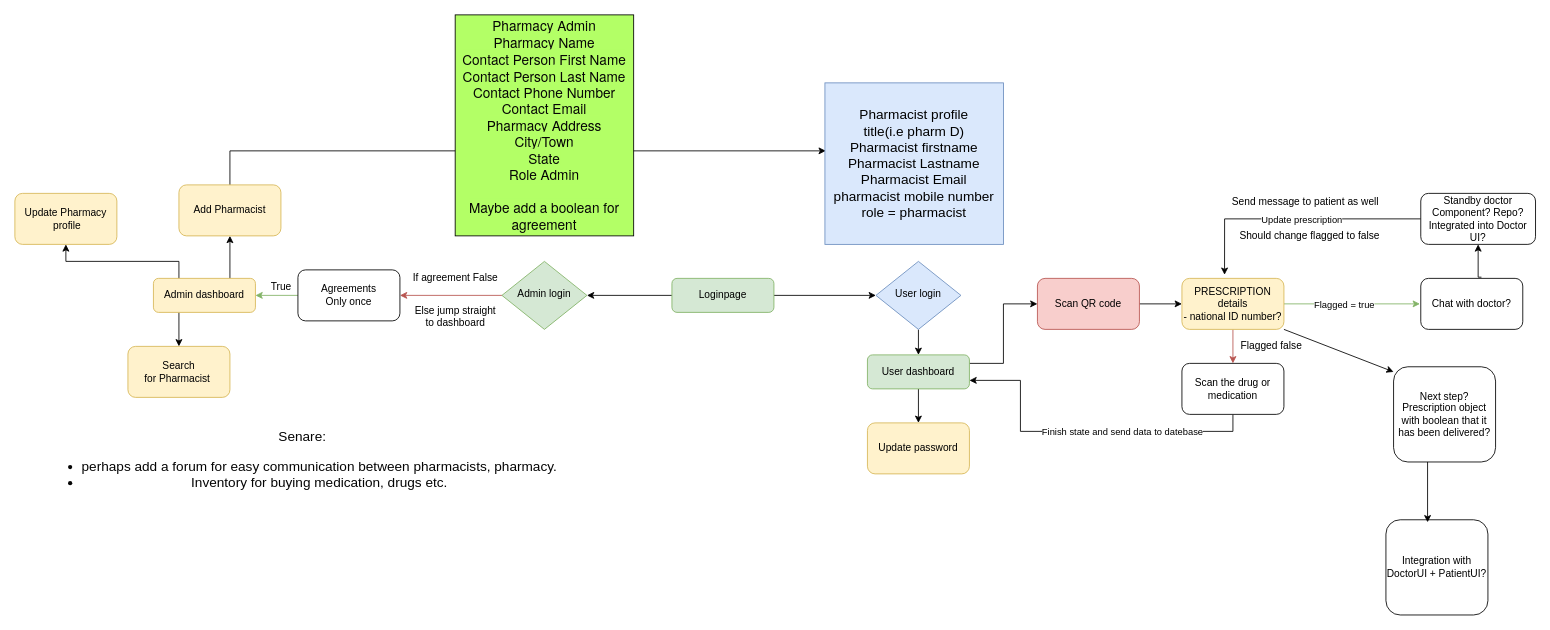
The draw.io diagram docs/ui/Untitled Diagram.drawio in devopsw18/docs, before the edit. Source tidied: cells renumbered, new cells numbered last; positions are measured from the earlier drawing's top-left corner, leaving out a move shared by most shapes. Both pictures are drawn from the tidied source at 85%, with x=0, y=0 at pixel (14, 14).
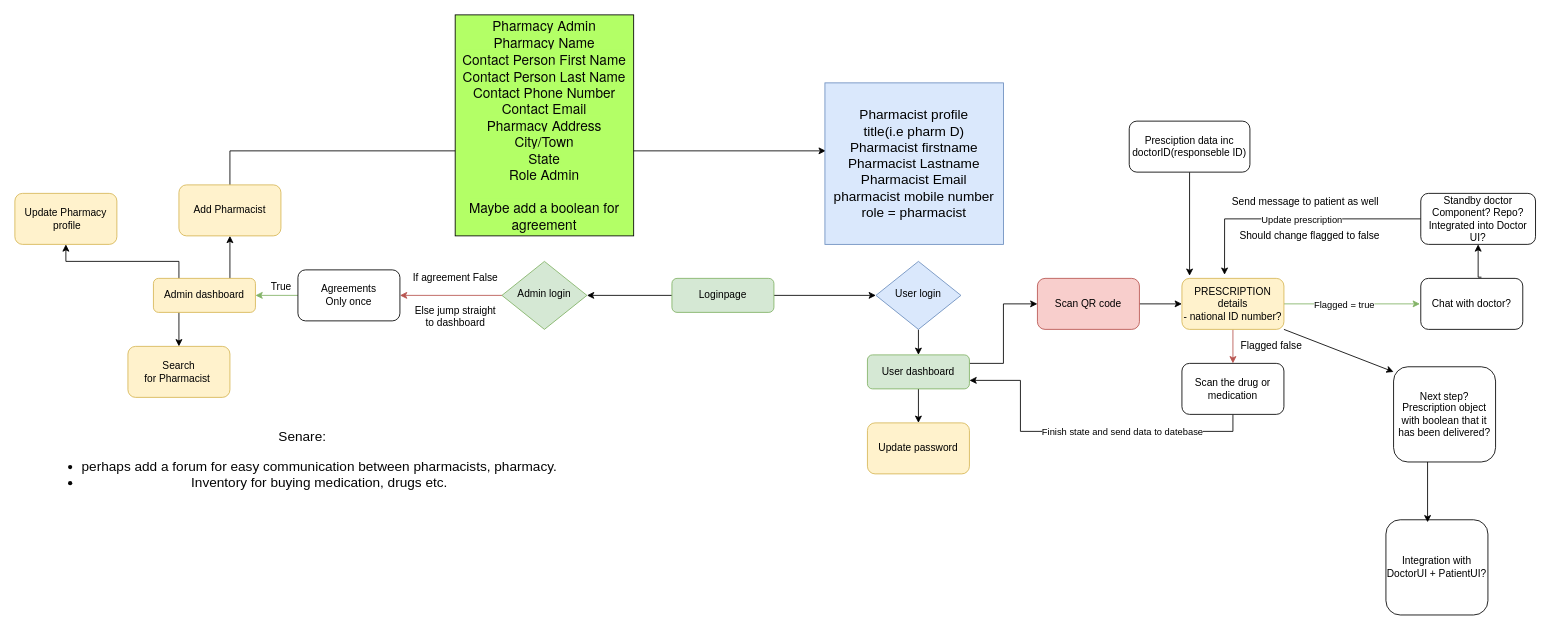
Above is the later version.

The change refers to these unchanged cells:
```xml
<mxCell id="28" value="&lt;div&gt;&lt;span&gt;&lt;/span&gt;&lt;span&gt;&lt;/span&gt;&lt;span&gt;PRESCRIPTION details&lt;/span&gt;&lt;/div&gt;&lt;div&gt;&lt;span&gt;- national ID number?&lt;br&gt;&lt;/span&gt;&lt;/div&gt;" style="rounded=1;whiteSpace=wrap;html=1;fillColor=#fff2cc;strokeColor=#d6b656;" parent="1" vertex="1">
  <mxGeometry x="1373" y="310" width="120" height="60" as="geometry" />
</mxCell>
```

Diff of the diagram source:
```diff
@@
+    <mxCell id="51" style="edgeStyle=orthogonalEdgeStyle;rounded=0;jettySize=auto;html=1;exitX=0.5;exitY=1;exitDx=0;exitDy=0;entryX=0.075;entryY=-0.05;entryDx=0;entryDy=0;entryPerimeter=0;" parent="1" edge="1" source="52" target="28">
+      <mxGeometry relative="1" as="geometry" />
+    </mxCell>
+    <mxCell id="52" value="Presciption data inc&lt;br&gt;doctorID(responseble ID)" style="rounded=1;whiteSpace=wrap;html=1;" parent="1" vertex="1">
+      <mxGeometry x="1311" y="125" width="142" height="60" as="geometry" />
+    </mxCell>
```
